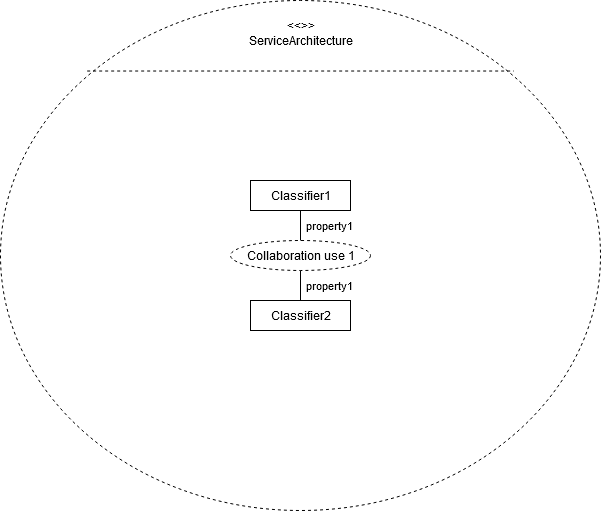
shadow17t/diagram keeps this draw.io diagram as soaml5.png. Above is the earlier version. Source tidied: cells renumbered, new cells last; positions are measured from the earlier drawing's top-left corner, leaving out a move shared by most shapes.
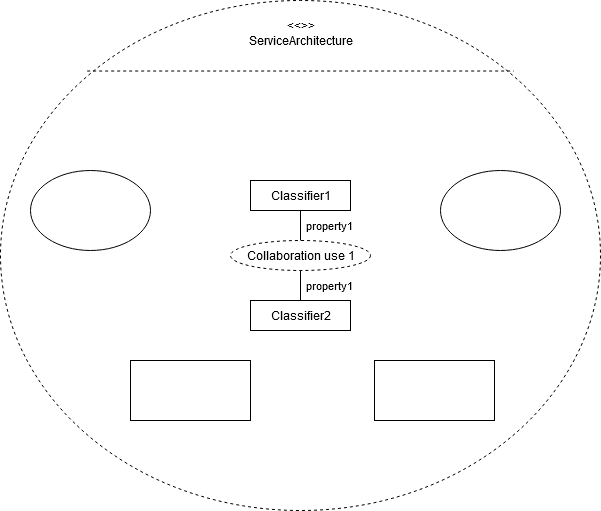
Above is the later version.

The edit, as a diff of the source:
```diff
@@ -34,5 +34,17 @@
     <mxCell id="9" value="property1" style="edgeStyle=none;endArrow=none;verticalAlign=middle;labelBackgroundColor=none;endSize=12;html=1;align=left;endFill=0;spacingLeft=4;" parent="2" edge="1" source="6" target="8">
       <mxGeometry relative="1" as="geometry" />
     </mxCell>
+    <mxCell id="10" style="ellipse;whiteSpace=wrap;html=1;" parent="2" vertex="1">
+      <mxGeometry x="30" y="170" width="120" height="80" as="geometry" />
+    </mxCell>
+    <mxCell id="11" style="ellipse;whiteSpace=wrap;html=1;" parent="2" vertex="1">
+      <mxGeometry x="440" y="170" width="120" height="80" as="geometry" />
+    </mxCell>
+    <mxCell id="12" style="rounded=0;whiteSpace=wrap;html=1;" parent="2" vertex="1">
+      <mxGeometry x="130" y="360" width="120" height="60" as="geometry" />
+    </mxCell>
+    <mxCell id="13" style="rounded=0;whiteSpace=wrap;html=1;" parent="2" vertex="1">
+      <mxGeometry x="374" y="360" width="120" height="60" as="geometry" />
+    </mxCell>
   </root>
 </mxGraphModel>
```
